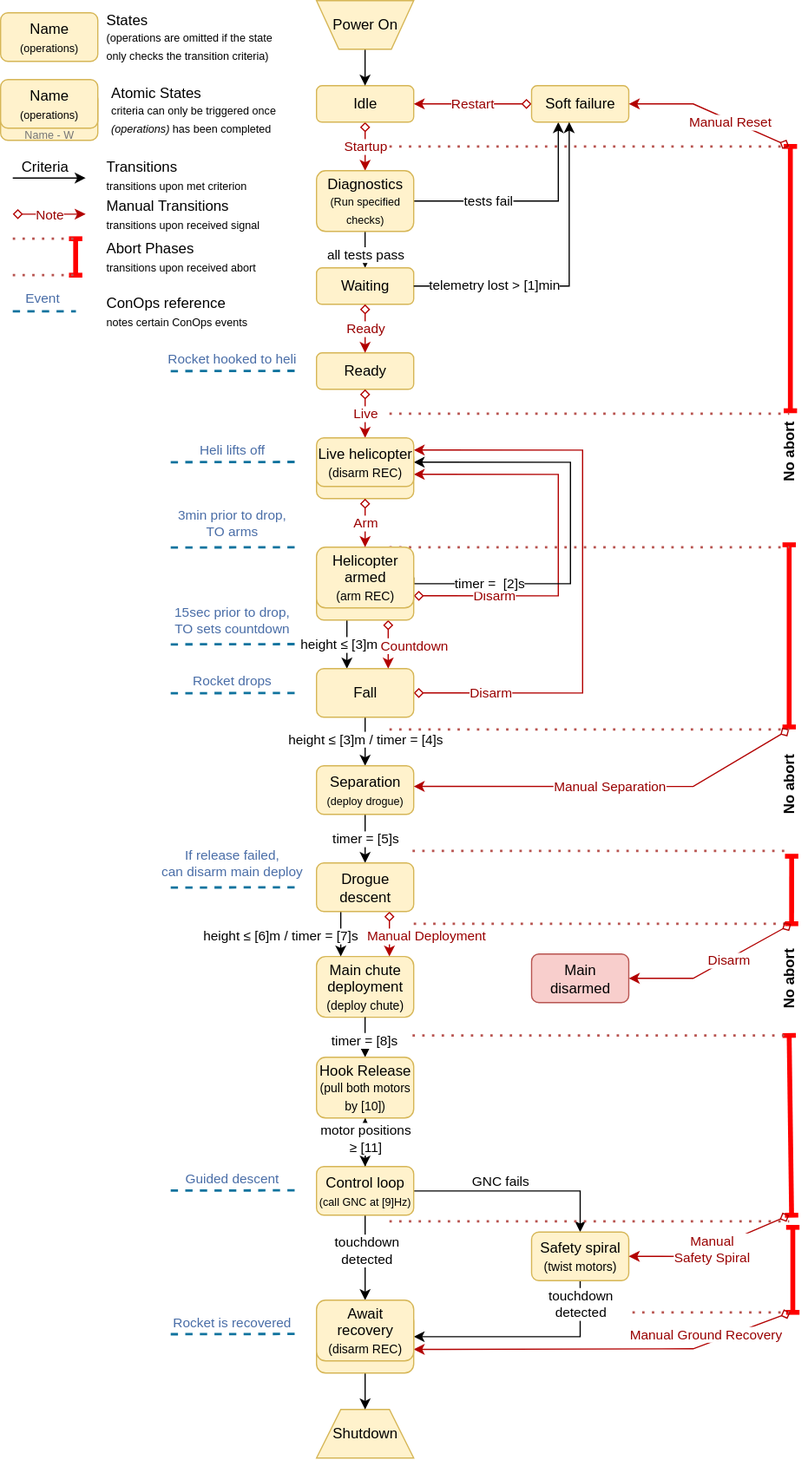
aris-space/asteria-remote-computers keeps this draw.io diagram as state-machines/separation-drop-test-state-machine.drawio.svg. Above is the earlier version. Source tidied: cells renumbered, new cells last; positions are measured from the earlier drawing's top-left corner, leaving out a move shared by most shapes.
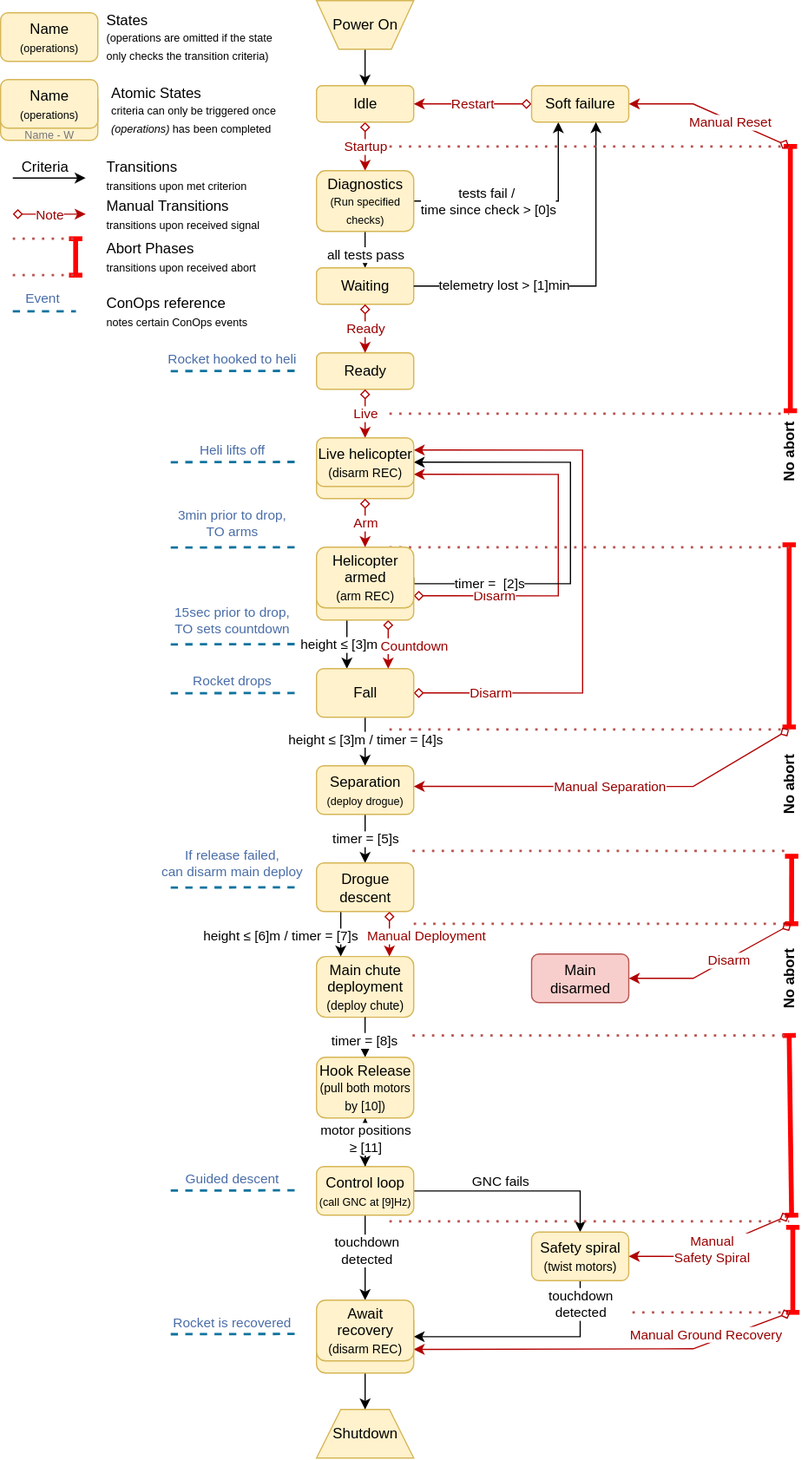
The same diagram one commit later.

Commit message:
Add an outdated threshold condition to the diagnostics

What changed in the source:
```diff
@@ -30,7 +30,7 @@
         </Array>
       </mxGeometry>
     </mxCell>
-    <mxCell id="10" value="tests fail" style="edgeLabel;html=1;align=center;verticalAlign=middle;" parent="9" vertex="1">
+    <mxCell id="10" value="tests fail /&amp;nbsp;&lt;div&gt;time since check &amp;gt; [0]s&lt;/div&gt;" style="edgeLabel;html=1;align=center;verticalAlign=middle;" parent="9" vertex="1">
       <mxGeometry x="-0.42" y="2" relative="1" as="geometry">
         <mxPoint x="7" y="2" as="offset" />
       </mxGeometry>
@@ -77,7 +77,7 @@
     <mxCell id="18" style="edgeStyle=orthogonalEdgeStyle;rounded=0;jettySize=auto;html=1;exitX=1;exitY=0.5;exitDx=0;exitDy=0;" parent="1" edge="1" source="12" target="14">
       <mxGeometry relative="1" as="geometry">
         <Array as="points">
-          <mxPoint x="468" y="235" />
+          <mxPoint x="490" y="235" />
         </Array>
       </mxGeometry>
     </mxCell>
```
